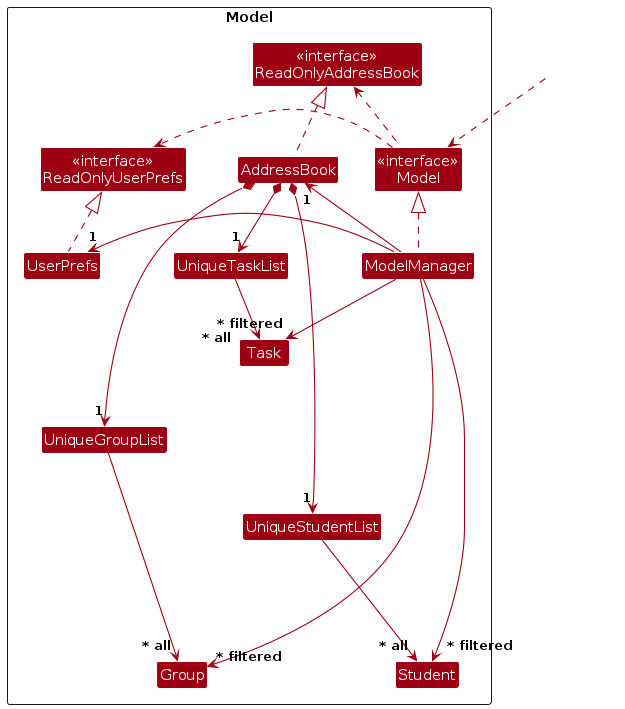
Earlier version of the PlantUML export diagrams/ModelClassDiagram.png (AY2425S1-CS2103-F12-2/tp). Its source is kept beside it as diagrams/ModelClassDiagram.puml.
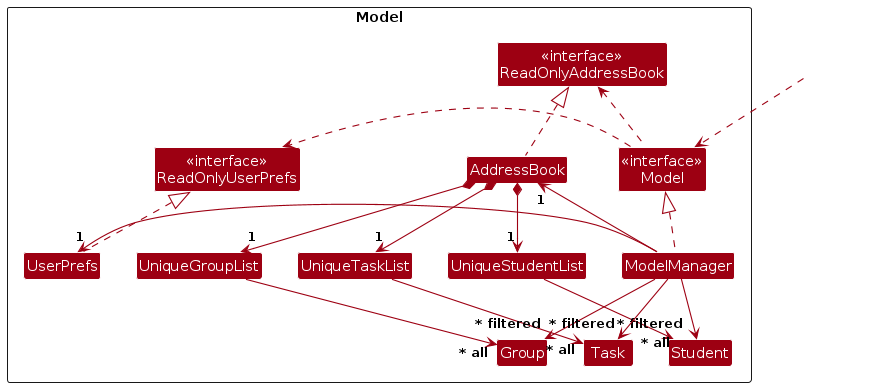
Above is the later version.

Diff of the diagram source:
```diff
@@ -24,6 +24,8 @@
 Class I #FFFFFF
 }
 
+Class II #FFFFFF
+
 Class HiddenOutside #FFFFFF
 HiddenOutside ..> Model
 
@@ -49,11 +51,11 @@
 ModelManager --> "~* filtered" Group
 ModelManager --> "~* filtered" Task
 
-Student -[hidden]up--> I
+Student -[hidden]right--> II
 UniqueStudentList -[hidden]right-> I
-Group -[hidden]up--> I
+Group -[hidden]right--> II
 UniqueGroupList -[hidden]down-> I
-Task -[hidden]down--> I
+Task -[hidden]right--> II
 UniqueTaskList -[hidden]down-> I
 
 
```
